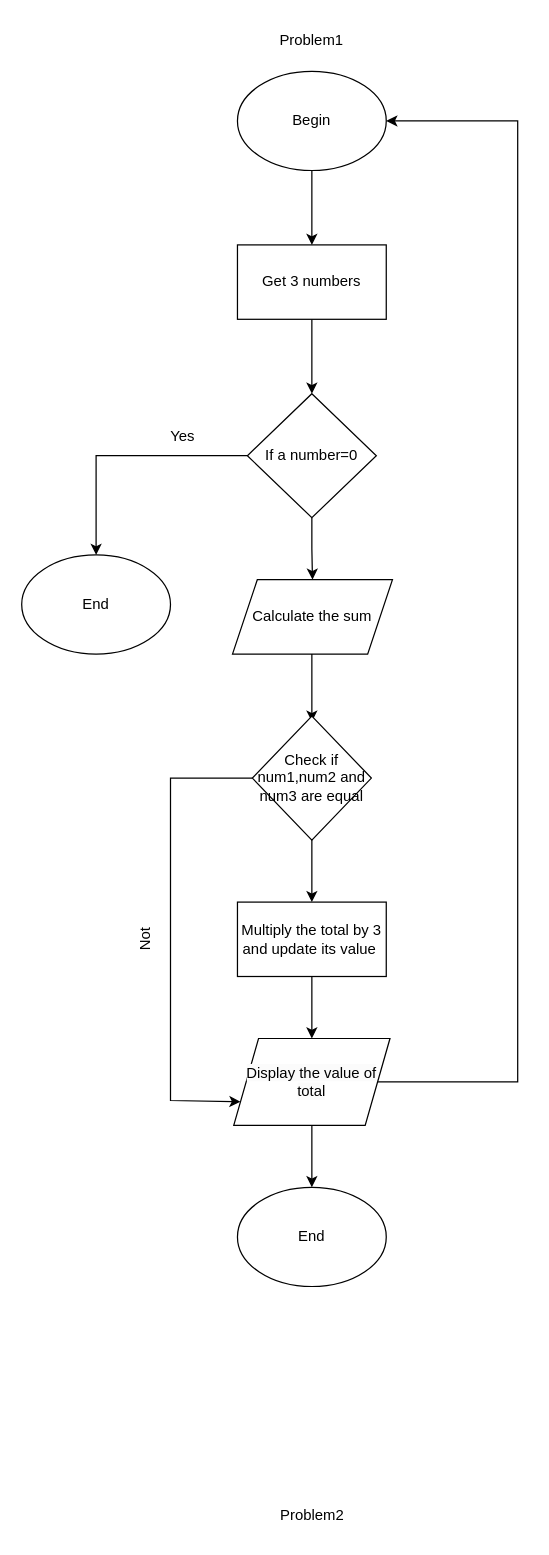
Above: Başlıksız Diyagram.drawio in KaXaBlanka/python-assignment (draw.io), before the change. Source tidied: cells renumbered, new cells numbered last; positions are measured from the earlier drawing's top-left corner, leaving out a move shared by most shapes. Both pictures are drawn from the tidied source at 124%, with x=0, y=0 at pixel (21, 21).
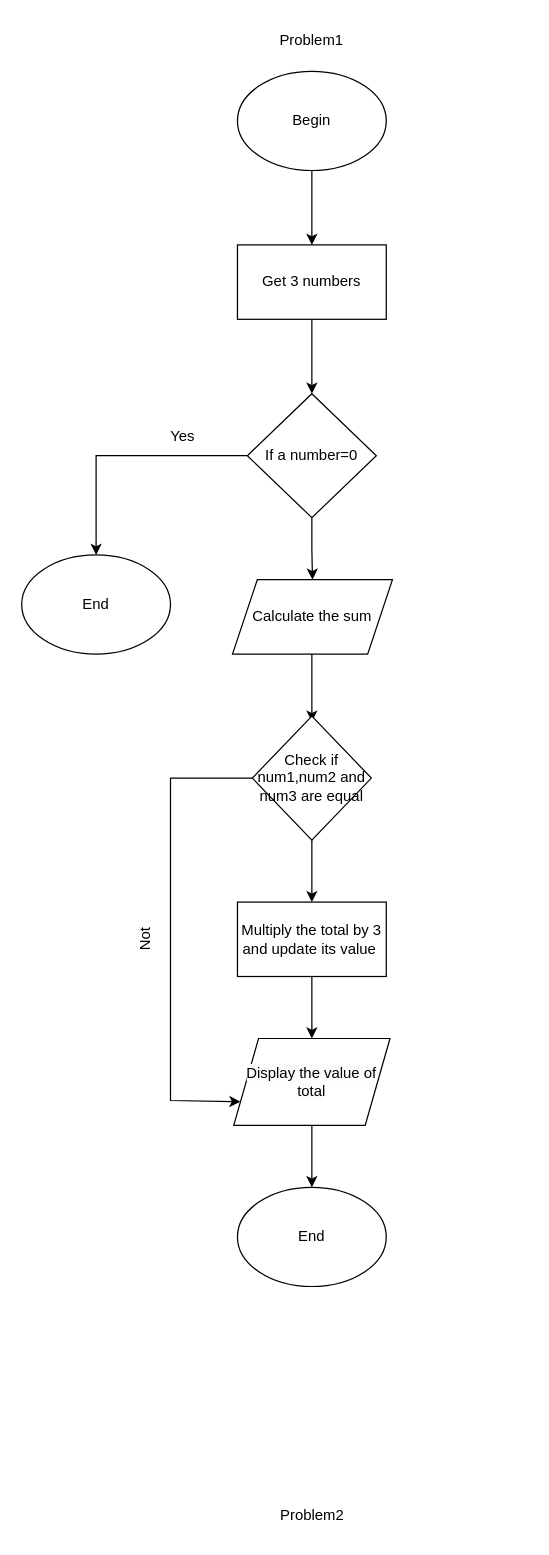
Above is the later version.

Unchanged cells that the change refers to:
```xml
<mxCell id="4" value="Begin" style="ellipse;whiteSpace=wrap;html=1;" parent="1" vertex="1">
  <mxGeometry x="174" y="40" width="120" height="80" as="geometry" />
</mxCell>
<mxCell id="20" value="&lt;span style=&quot;caret-color: rgb(0, 0, 0); color: rgb(0, 0, 0); font-family: Helvetica; font-size: 12px; font-style: normal; font-variant-caps: normal; font-weight: 400; letter-spacing: normal; text-align: center; text-indent: 0px; text-transform: none; word-spacing: 0px; -webkit-text-stroke-width: 0px; background-color: rgb(251, 251, 251); text-decoration: none; float: none; display: inline !important;&quot;&gt;Display the value of total&lt;/span&gt;" style="shape=parallelogram;perimeter=parallelogramPerimeter;whiteSpace=wrap;html=1;fixedSize=1;" parent="1" vertex="1">
  <mxGeometry x="171" y="820" width="126" height="70" as="geometry" />
</mxCell>
```

Change to the diagram source:
```diff
@@
-    <mxCell id="19" style="edgeStyle=orthogonalEdgeStyle;rounded=0;jettySize=auto;html=1;entryX=1;entryY=0.5;entryDx=0;entryDy=0;" parent="1" edge="1" source="20" target="4">
-      <mxGeometry relative="1" as="geometry">
-        <Array as="points">
-          <mxPoint x="400" y="855" />
-          <mxPoint x="400" y="80" />
-        </Array>
-      </mxGeometry>
-    </mxCell>
```
